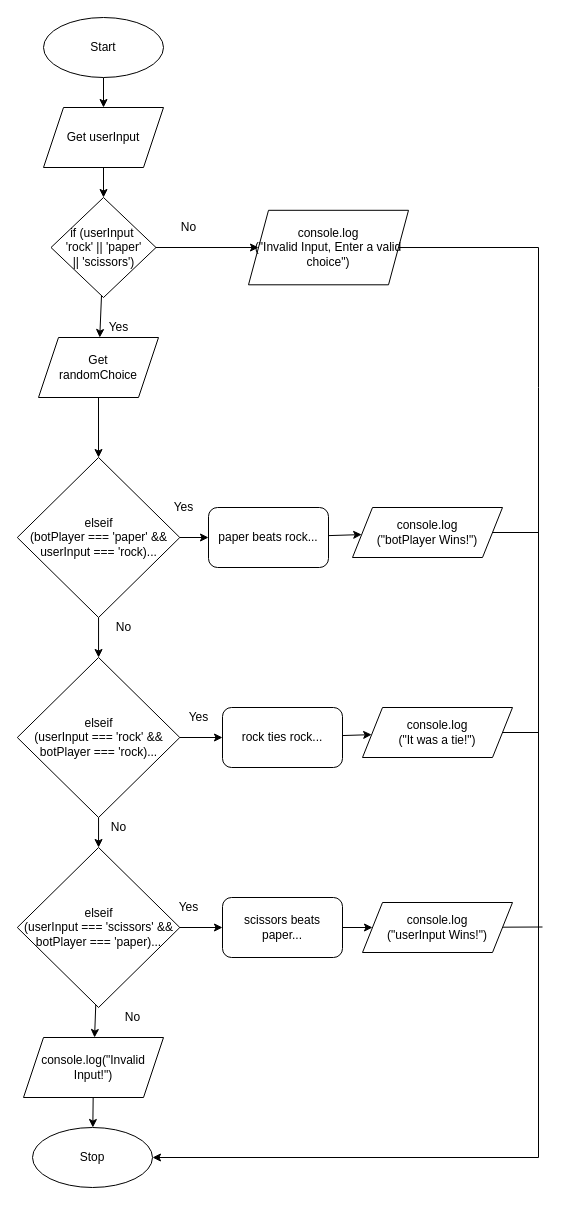
JacksonNaufal/ics4u-Assignment-1-typescript keeps this draw.io diagram as Drawio/Flowchart.drawio. Above is the earlier version. Source tidied: cells renumbered, new cells numbered last; positions are measured from the earlier drawing's top-left corner, leaving out a move shared by most shapes. Both pictures are drawn from the tidied source at 100%, with x=0, y=0 at pixel (17, 17).
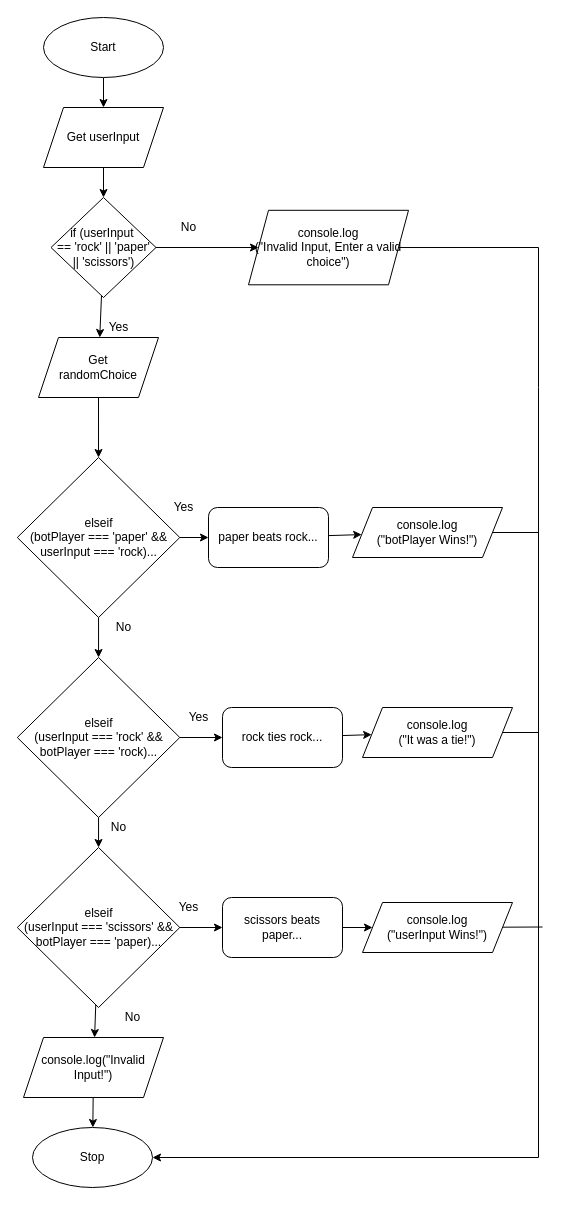
The same page after the edit.

What changed in the source:
```diff
@@
-    <mxCell id="14" value="if (userInput&amp;nbsp; &lt;br&gt;'rock' || 'paper'&lt;br&gt;|| 'scissors')" style="rhombus;whiteSpace=wrap;html=1;" parent="1" vertex="1">
+    <mxCell id="14" value="if (userInput&amp;nbsp; &lt;br&gt;== 'rock' || 'paper'&lt;br&gt;|| 'scissors')" style="rhombus;whiteSpace=wrap;html=1;" parent="1" vertex="1">
       <mxGeometry x="33.5" y="180" width="105" height="100" as="geometry" />
     </mxCell>
```
